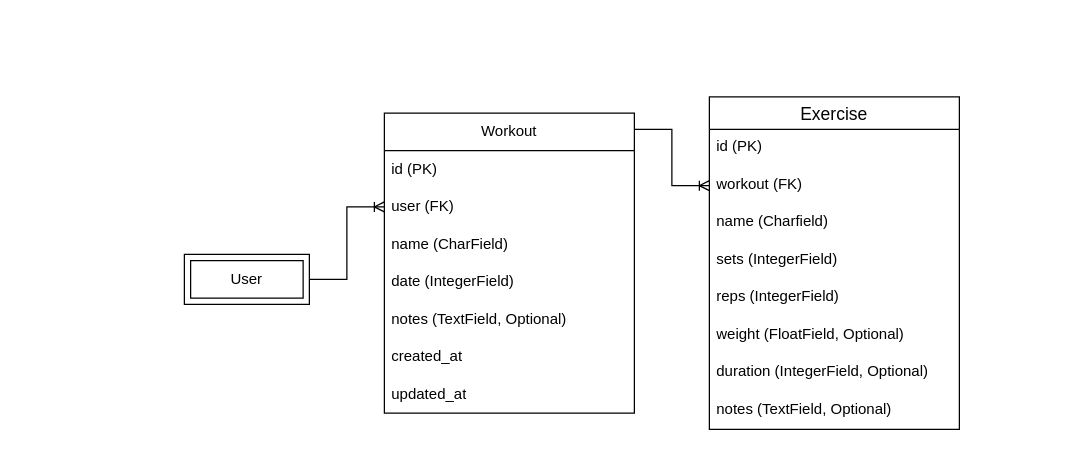
Before: fitness_workout_tracker - ERD.drawio in eigenlambda123/ERD-s, a draw.io diagram. Source tidied: cells renumbered, new cells numbered last; positions are measured from the earlier drawing's top-left corner, leaving out a move shared by most shapes. Both pictures are drawn from the tidied source at 125%, with x=0, y=0 at pixel (184, 96).
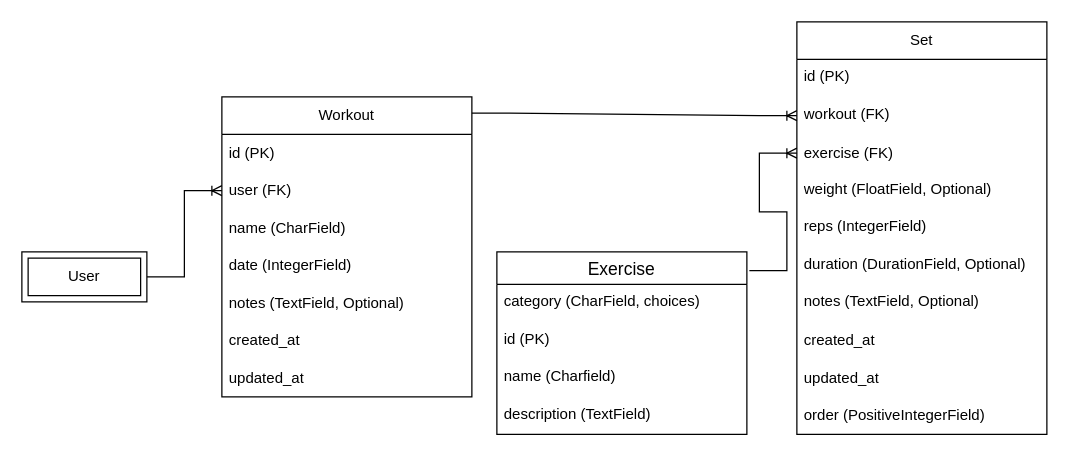
After the change.

What changed in the source:
```diff
@@
     <mxCell id="2" value="Workout" style="swimlane;fontStyle=0;horizontal=1;startSize=30;whiteSpace=wrap;html=1;" parent="1" vertex="1">
-      <mxGeometry x="160" y="13" width="200" height="240" as="geometry" />
+      <mxGeometry x="30" width="200" height="240" as="geometry" />
     </mxCell>
@@
     <mxCell id="11" value="User" style="shape=ext;margin=3;double=1;whiteSpace=wrap;html=1;align=center;" parent="1" vertex="1">
-      <mxGeometry y="126" width="100" height="40" as="geometry" />
+      <mxGeometry x="-130" y="124" width="100" height="40" as="geometry" />
     </mxCell>
     <mxCell id="12" value="Exercise" style="swimlane;fontStyle=0;horizontal=1;startSize=26;align=center;fontSize=14;" parent="1" vertex="1">
-      <mxGeometry x="420" width="200" height="266" as="geometry" />
+      <mxGeometry x="250" y="124" width="200" height="146" as="geometry" />
     </mxCell>
+    <mxCell id="22" value="category (CharField, choices&lt;span style=&quot;background-color: transparent; color: light-dark(rgb(0, 0, 0), rgb(255, 255, 255));&quot;&gt;)&lt;/span&gt;" style="text;strokeColor=none;fillColor=none;spacingLeft=4;spacingRight=4;overflow=hidden;fontSize=12;whiteSpace=wrap;html=1;" parent="12" vertex="1">
+      <mxGeometry y="26" width="200" height="30" as="geometry" />
+    </mxCell>
     <mxCell id="13" value="id (PK)" style="text;strokeColor=none;fillColor=none;spacingLeft=4;spacingRight=4;overflow=hidden;fontSize=12;whiteSpace=wrap;html=1;" parent="12" vertex="1">
-      <mxGeometry y="26" width="200" height="30" as="geometry" />
+      <mxGeometry y="56" width="200" height="30" as="geometry" />
     </mxCell>
-    <mxCell id="14" value="workout (FK)" style="text;strokeColor=none;fillColor=none;spacingLeft=4;spacingRight=4;overflow=hidden;points=[[0,0.5],[1,0.5]];portConstraint=eastwest;fontSize=12;whiteSpace=wrap;html=1;" parent="12" vertex="1">
-      <mxGeometry y="56" width="200" height="30" as="geometry" />
-    </mxCell>
@@
-    <mxCell id="16" value="sets (IntegerField)" style="text;strokeColor=none;fillColor=none;spacingLeft=4;spacingRight=4;overflow=hidden;fontSize=12;whiteSpace=wrap;html=1;" parent="12" vertex="1">
+    <mxCell id="16" value="description (TextField)" style="text;strokeColor=none;fillColor=none;spacingLeft=4;spacingRight=4;overflow=hidden;fontSize=12;whiteSpace=wrap;html=1;" parent="12" vertex="1">
       <mxGeometry y="116" width="200" height="30" as="geometry" />
     </mxCell>
+    <mxCell id="21" style="edgeStyle=entityRelationEdgeStyle;fontSize=12;html=1;endArrow=ERoneToMany;rounded=0;entryX=0;entryY=0.5;entryDx=0;entryDy=0;exitX=1;exitY=0.054;exitDx=0;exitDy=0;exitPerimeter=0;" parent="1" edge="1" source="2" target="14">
+      <mxGeometry relative="1" as="geometry" />
+    </mxCell>
+    <mxCell id="23" value="Set" style="swimlane;fontStyle=0;horizontal=1;startSize=30;whiteSpace=wrap;html=1;" parent="1" vertex="1">
+      <mxGeometry x="490" y="-60" width="200" height="330" as="geometry" />
+    </mxCell>
+    <mxCell id="24" value="id (PK)" style="text;strokeColor=none;fillColor=none;spacingLeft=4;spacingRight=4;overflow=hidden;fontSize=12;whiteSpace=wrap;html=1;" parent="23" vertex="1">
+      <mxGeometry y="30" width="200" height="30" as="geometry" />
+    </mxCell>
+    <mxCell id="14" value="workout (FK)" style="text;strokeColor=none;fillColor=none;spacingLeft=4;spacingRight=4;overflow=hidden;points=[[0,0.5],[1,0.5]];portConstraint=eastwest;fontSize=12;whiteSpace=wrap;html=1;" parent="23" vertex="1">
+      <mxGeometry y="60" width="200" height="30" as="geometry" />
+    </mxCell>
+    <mxCell id="25" value="exercise (FK)" style="text;strokeColor=none;fillColor=none;align=left;verticalAlign=middle;spacingLeft=4;spacingRight=4;overflow=hidden;points=[[0,0.5],[1,0.5]];portConstraint=eastwest;whiteSpace=wrap;html=1;" parent="23" vertex="1">
+      <mxGeometry y="90" width="200" height="30" as="geometry" />
+    </mxCell>
+    <mxCell id="18" value="weight (FloatField, Optional)" style="text;strokeColor=none;fillColor=none;spacingLeft=4;spacingRight=4;overflow=hidden;fontSize=12;whiteSpace=wrap;html=1;" parent="23" vertex="1">
+      <mxGeometry y="120" width="200" height="30" as="geometry" />
+    </mxCell>
-    <mxCell id="17" value="reps (IntegerField)" style="text;strokeColor=none;fillColor=none;spacingLeft=4;spacingRight=4;overflow=hidden;fontSize=12;whiteSpace=wrap;html=1;" parent="12" vertex="1">
-      <mxGeometry y="146" width="200" height="30" as="geometry" />
+    <mxCell id="17" value="reps (IntegerField)" style="text;strokeColor=none;fillColor=none;spacingLeft=4;spacingRight=4;overflow=hidden;fontSize=12;whiteSpace=wrap;html=1;" parent="23" vertex="1">
+      <mxGeometry y="150" width="200" height="30" as="geometry" />
     </mxCell>
-    <mxCell id="18" value="weight (FloatField, Optional)" style="text;strokeColor=none;fillColor=none;spacingLeft=4;spacingRight=4;overflow=hidden;fontSize=12;whiteSpace=wrap;html=1;" parent="12" vertex="1">
-      <mxGeometry y="176" width="200" height="30" as="geometry" />
-    </mxCell>
-    <mxCell id="19" value="duration (IntegerField, Optional)" style="text;strokeColor=none;fillColor=none;spacingLeft=4;spacingRight=4;overflow=hidden;fontSize=12;whiteSpace=wrap;html=1;" parent="12" vertex="1">
-      <mxGeometry y="206" width="200" height="30" as="geometry" />
+    <mxCell id="19" value="duration (DurationField, Optional)" style="text;strokeColor=none;fillColor=none;spacingLeft=4;spacingRight=4;overflow=hidden;fontSize=12;whiteSpace=wrap;html=1;" parent="23" vertex="1">
+      <mxGeometry y="180" width="200" height="30" as="geometry" />
     </mxCell>
-    <mxCell id="20" value="notes (TextField, Optional)" style="text;strokeColor=none;fillColor=none;spacingLeft=4;spacingRight=4;overflow=hidden;fontSize=12;whiteSpace=wrap;html=1;" parent="12" vertex="1">
-      <mxGeometry y="236" width="200" height="30" as="geometry" />
+    <mxCell id="20" value="notes (TextField, Optional)" style="text;strokeColor=none;fillColor=none;spacingLeft=4;spacingRight=4;overflow=hidden;fontSize=12;whiteSpace=wrap;html=1;" parent="23" vertex="1">
+      <mxGeometry y="210" width="200" height="30" as="geometry" />
     </mxCell>
-    <mxCell id="21" style="edgeStyle=entityRelationEdgeStyle;fontSize=12;html=1;endArrow=ERoneToMany;rounded=0;entryX=0;entryY=0.5;entryDx=0;entryDy=0;exitX=1;exitY=0.054;exitDx=0;exitDy=0;exitPerimeter=0;" parent="1" edge="1" source="2" target="14">
-      <mxGeometry relative="1" as="geometry" />
-    </mxCell>
+    <mxCell id="26" value="created_at" style="text;strokeColor=none;fillColor=none;align=left;verticalAlign=middle;spacingLeft=4;spacingRight=4;overflow=hidden;whiteSpace=wrap;html=1;" parent="23" vertex="1">
+      <mxGeometry y="240" width="200" height="30" as="geometry" />
+    </mxCell>
+    <mxCell id="27" value="updated_at" style="text;strokeColor=none;fillColor=none;align=left;verticalAlign=middle;spacingLeft=4;spacingRight=4;overflow=hidden;whiteSpace=wrap;html=1;" parent="23" vertex="1">
+      <mxGeometry y="270" width="200" height="30" as="geometry" />
+    </mxCell>
+    <mxCell id="28" value="order (PositiveIntegerField)" style="text;strokeColor=none;fillColor=none;align=left;verticalAlign=middle;spacingLeft=4;spacingRight=4;overflow=hidden;whiteSpace=wrap;html=1;" parent="23" vertex="1">
+      <mxGeometry y="300" width="200" height="30" as="geometry" />
+    </mxCell>
+    <mxCell id="29" style="edgeStyle=entityRelationEdgeStyle;fontSize=12;html=1;endArrow=ERoneToMany;rounded=0;exitX=1.01;exitY=0.103;exitDx=0;exitDy=0;exitPerimeter=0;entryX=0;entryY=0.5;entryDx=0;entryDy=0;" parent="1" edge="1" source="12" target="25">
+      <mxGeometry relative="1" as="geometry" />
+    </mxCell>
```
